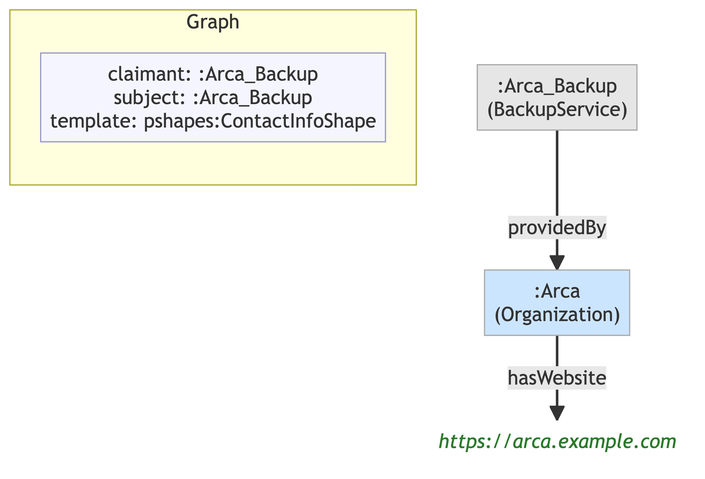
The Mermaid diagram example/graphs/images/graph-96.png in MeeFoundation/mia-ontologies, before a commit. Its source is kept beside it as example/graphs/images/graph-96.mmd. The source it was exported from:
```mermaid
flowchart TD
    classDef person fill:#fffacd,stroke:#aaa,color:#333
    classDef org    fill:#cce5ff,stroke:#aaa,color:#333
    classDef service fill:#e6e6e6,stroke:#aaa,color:#333
    classDef lit    fill:none,stroke:none,font-style:italic,color:#2a7a2a
    classDef meta   fill:#f5f5ff,stroke:#9999cc,color:#333

    subgraph ctx["Graph"]
        direction LR
        ctx_meta["claimant: :Arca_Backup\nsubject: :Arca_Backup\ntemplate: pshapes:ContactInfoShape"]:::meta
    end

    n203f6bee5d4e[":Arca\n(Organization)"]:::org
    n80668e033d77("https://arca.example.com"):::lit
    n1c6501c4f397[":Arca_Backup\n(BackupService)"]:::service

    n203f6bee5d4e -->|"hasWebsite"| n80668e033d77
    n1c6501c4f397 -->|"providedBy"| n203f6bee5d4e
```
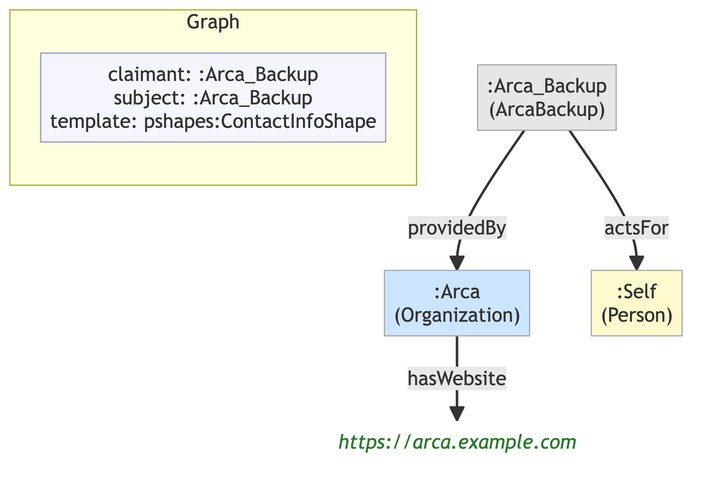
The same file after the commit.

The edit, as a diff of the source:
```diff
@@ -12,7 +12,9 @@
 
     n203f6bee5d4e[":Arca\n(Organization)"]:::org
     n80668e033d77("https://arca.example.com"):::lit
-    n1c6501c4f397[":Arca_Backup\n(BackupService)"]:::service
+    n1c6501c4f397[":Arca_Backup\n(ArcaBackup)"]:::service
+    ne0c3ba92f1db[":Self\n(Person)"]:::person
 
     n203f6bee5d4e -->|"hasWebsite"| n80668e033d77
+    n1c6501c4f397 -->|"actsFor"| ne0c3ba92f1db
     n1c6501c4f397 -->|"providedBy"| n203f6bee5d4e
```
